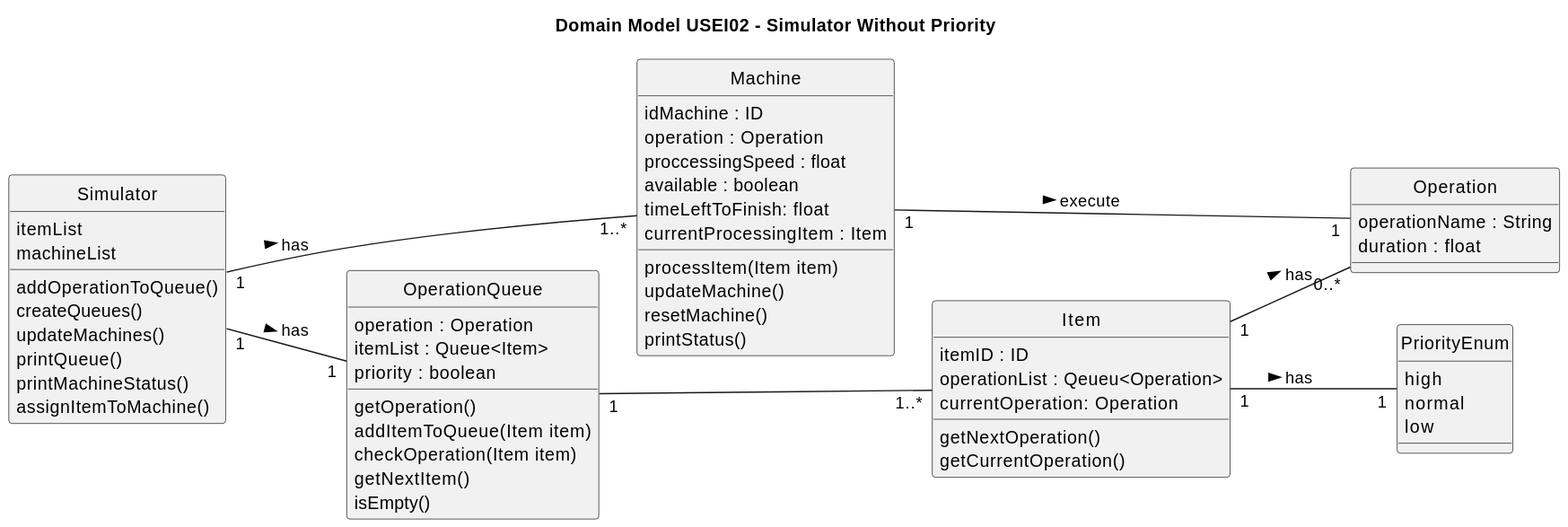
This is documentation/sprint1/ESINF/usei02/02.analysis/svg/usei02-domain-model.svg from JorgeUbaldoR/sem3-25-pi-2024_25-G131, a PlantUML export, as it was before one commit.
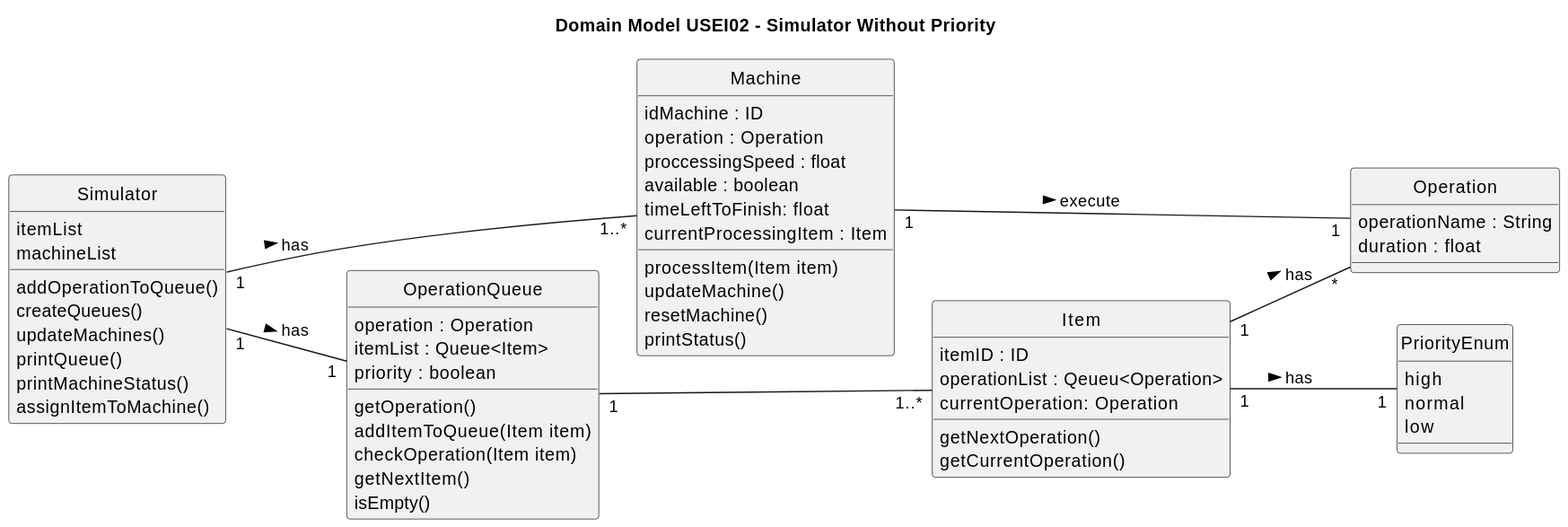
The same file after the commit.

Diff of the diagram source:
```diff
@@ -70,7 +70,7 @@
 
 }
 
-Item "1" -- "0..*" Operation : has >
+Item "1" -- "*" Operation : has >
 Machine "1" - "         1" Operation: execute >
 Item "1" -- "1" PriorityEnum : has >
 Simulator "1" -- "1" OperationQueue: has >
```
